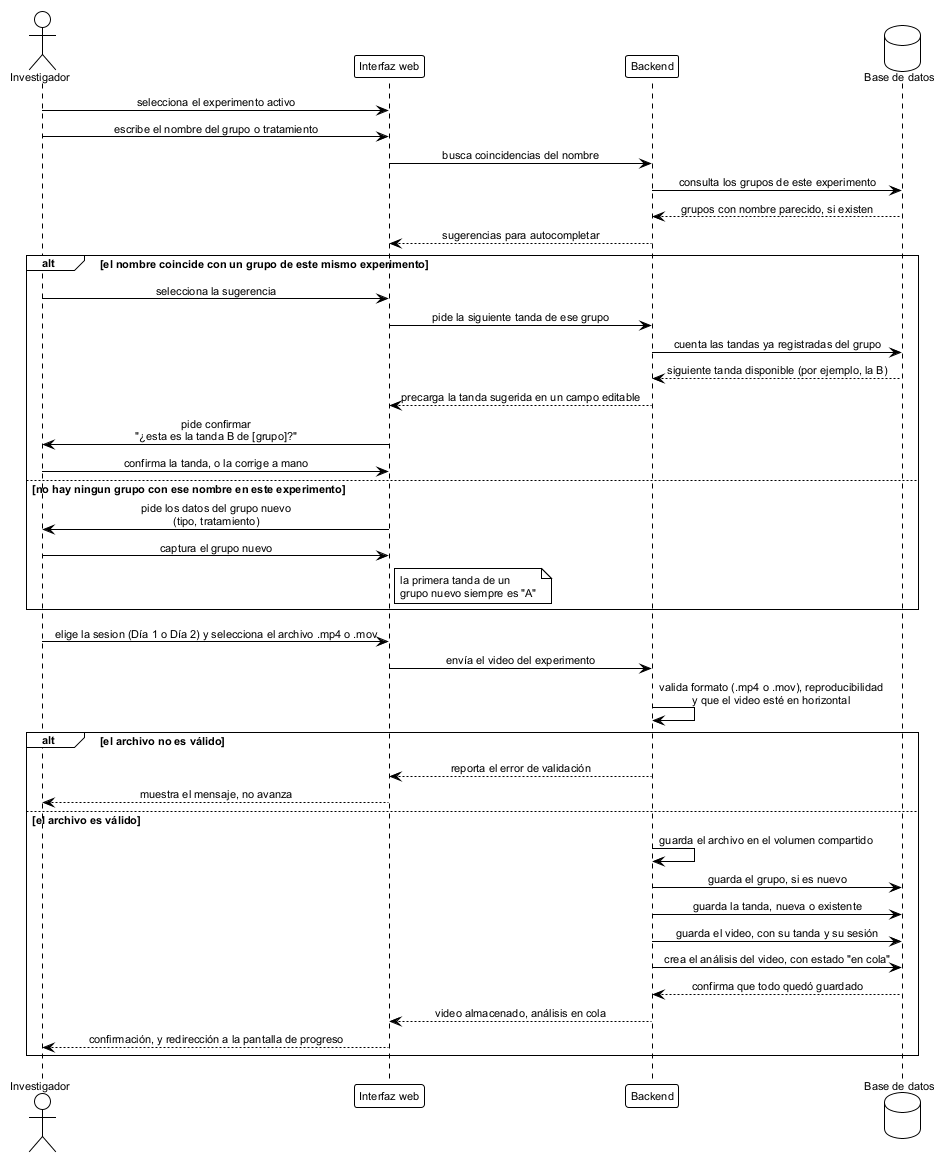
The PlantUML diagram figures/mermaid/seq_carga_video.png in ErickJester/fst-ai-system-latex, before a commit.
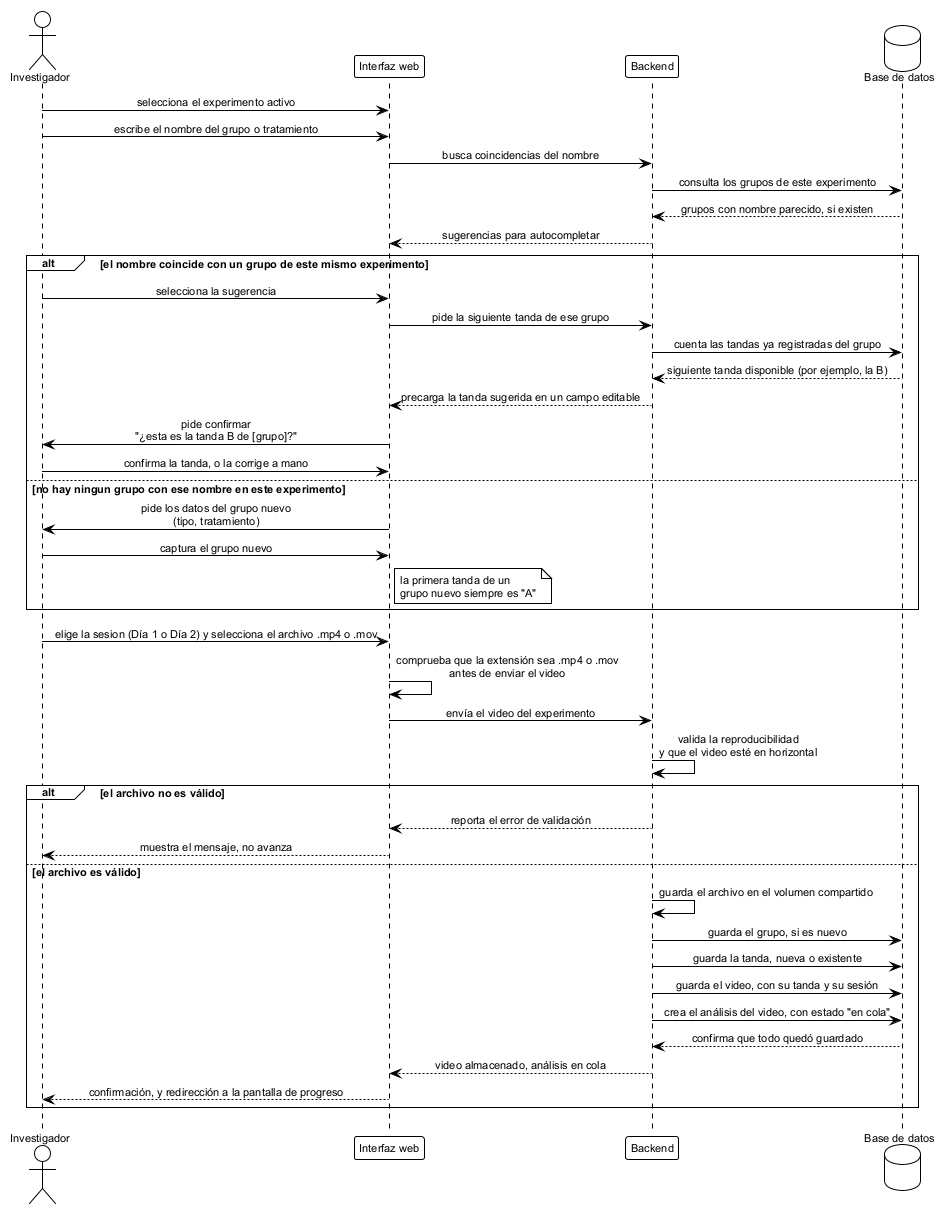
The same file after the commit.

Diff of the diagram source:
```diff
@@ -38,9 +38,10 @@
 end
 
 inv -> ui: elige la sesion (Día 1 o Día 2) y selecciona el archivo .mp4 o .mov
+ui -> ui: comprueba que la extensión sea .mp4 o .mov\nantes de enviar el video
 ui -> api: envía el video del experimento
 
-api -> api: valida formato (.mp4 o .mov), reproducibilidad\ny que el video esté en horizontal
+api -> api: valida la reproducibilidad\ny que el video esté en horizontal
 
 alt el archivo no es válido
   api --> ui: reporta el error de validación
```
